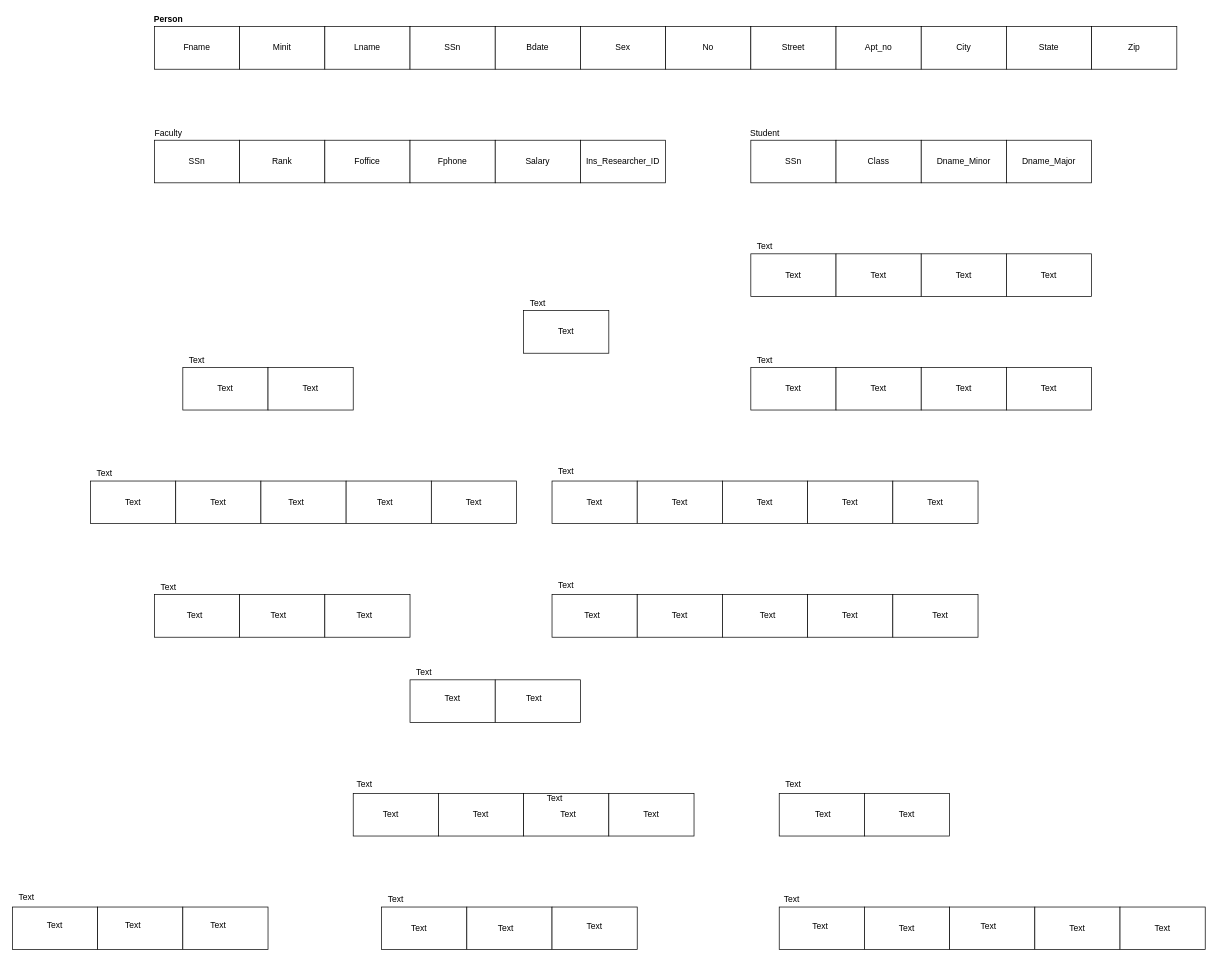
Above: Lab 3 University Database RS Part 2.drawio in MuhammadIrfan92/Database-Engineering-Semester-7 (draw.io), before the change. Source tidied: cells renumbered, new cells numbered last; positions are measured from the earlier drawing's top-left corner, leaving out a move shared by most shapes. Both pictures are drawn from the tidied source at 71%, with x=0, y=0 at pixel (12, 12).
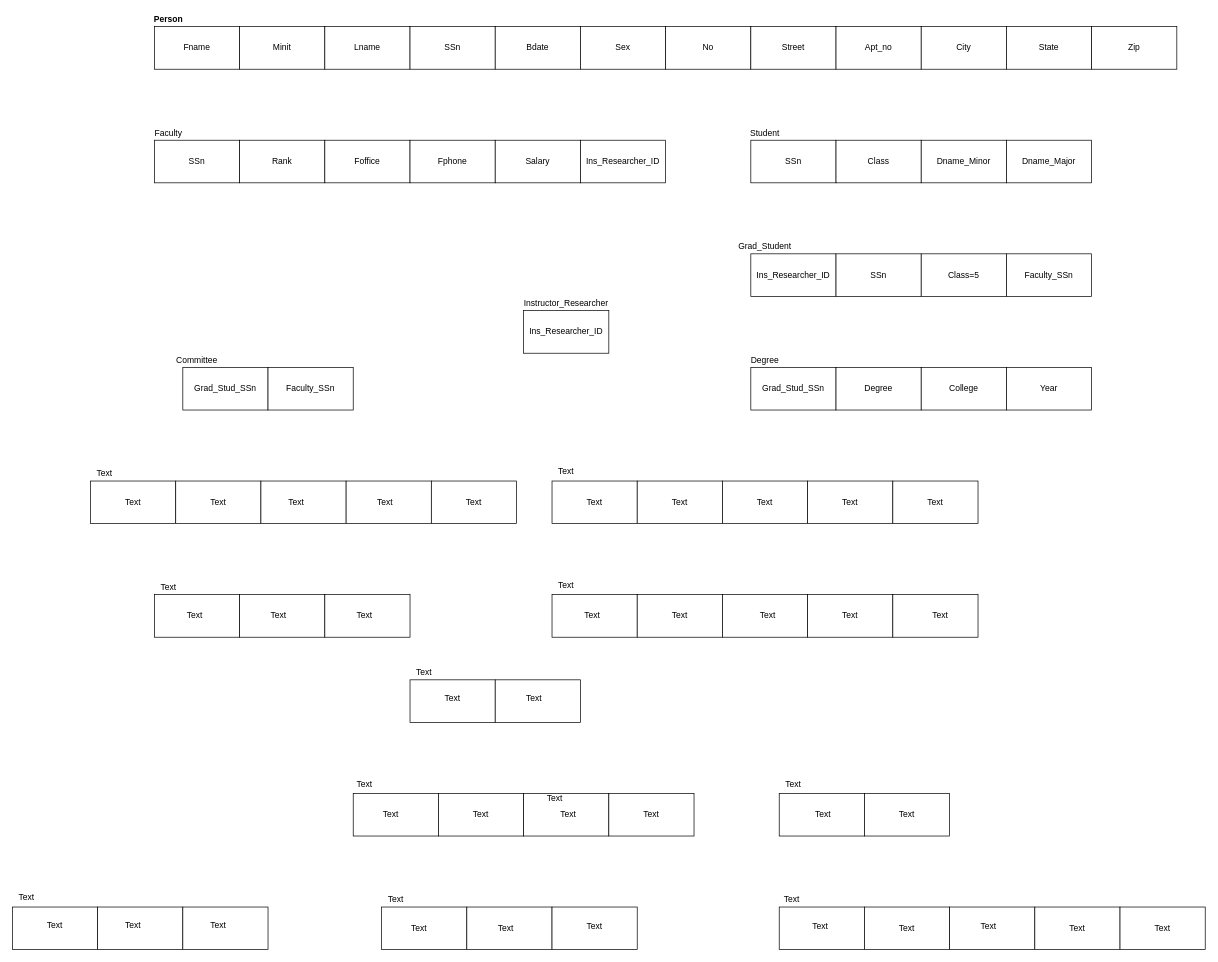
Above is the later version.

Change to the diagram source:
```diff
@@
-    <mxCell id="24" style="rounded=0;whiteSpace=wrap;html=1;" parent="1" vertex="1">
+    <mxCell id="24" value="&lt;span&gt;Ins_Researcher_ID&lt;/span&gt;" style="rounded=0;whiteSpace=wrap;html=1;" parent="1" vertex="1">
       <mxGeometry x="1040" y="340" width="120" height="60" as="geometry" />
     </mxCell>
@@
-    <mxCell id="97" value="Text" style="text;html=1;strokeColor=none;fillColor=none;align=center;verticalAlign=middle;whiteSpace=wrap;rounded=0;" parent="1" vertex="1">
+    <mxCell id="97" value="Degree" style="text;html=1;strokeColor=none;fillColor=none;align=center;verticalAlign=middle;whiteSpace=wrap;rounded=0;" parent="1" vertex="1">
       <mxGeometry x="1040" y="480" width="40" height="20" as="geometry" />
     </mxCell>
-    <mxCell id="98" value="Text" style="text;html=1;strokeColor=none;fillColor=none;align=center;verticalAlign=middle;whiteSpace=wrap;rounded=0;" parent="1" vertex="1">
+    <mxCell id="98" value="Year" style="text;html=1;strokeColor=none;fillColor=none;align=center;verticalAlign=middle;whiteSpace=wrap;rounded=0;" parent="1" vertex="1">
       <mxGeometry x="1440" y="520" width="40" height="20" as="geometry" />
     </mxCell>
-    <mxCell id="99" value="Text" style="text;html=1;strokeColor=none;fillColor=none;align=center;verticalAlign=middle;whiteSpace=wrap;rounded=0;" parent="1" vertex="1">
+    <mxCell id="99" value="College" style="text;html=1;strokeColor=none;fillColor=none;align=center;verticalAlign=middle;whiteSpace=wrap;rounded=0;" parent="1" vertex="1">
       <mxGeometry x="1320" y="520" width="40" height="20" as="geometry" />
     </mxCell>
-    <mxCell id="100" value="Text" style="text;html=1;strokeColor=none;fillColor=none;align=center;verticalAlign=middle;whiteSpace=wrap;rounded=0;" parent="1" vertex="1">
+    <mxCell id="100" value="Degree" style="text;html=1;strokeColor=none;fillColor=none;align=center;verticalAlign=middle;whiteSpace=wrap;rounded=0;" parent="1" vertex="1">
       <mxGeometry x="1200" y="520" width="40" height="20" as="geometry" />
     </mxCell>
-    <mxCell id="101" value="Text" style="text;html=1;strokeColor=none;fillColor=none;align=center;verticalAlign=middle;whiteSpace=wrap;rounded=0;" parent="1" vertex="1">
+    <mxCell id="101" value="Grad_Stud_SSn" style="text;html=1;strokeColor=none;fillColor=none;align=center;verticalAlign=middle;whiteSpace=wrap;rounded=0;" parent="1" vertex="1">
       <mxGeometry x="1080" y="520" width="40" height="20" as="geometry" />
     </mxCell>
-    <mxCell id="102" value="Text" style="text;html=1;strokeColor=none;fillColor=none;align=center;verticalAlign=middle;whiteSpace=wrap;rounded=0;" parent="1" vertex="1">
+    <mxCell id="102" value="Faculty_SSn" style="text;html=1;strokeColor=none;fillColor=none;align=center;verticalAlign=middle;whiteSpace=wrap;rounded=0;" parent="1" vertex="1">
       <mxGeometry x="1440" y="360" width="40" height="20" as="geometry" />
     </mxCell>
-    <mxCell id="103" value="Text" style="text;html=1;strokeColor=none;fillColor=none;align=center;verticalAlign=middle;whiteSpace=wrap;rounded=0;" parent="1" vertex="1">
+    <mxCell id="103" value="Class=5" style="text;html=1;strokeColor=none;fillColor=none;align=center;verticalAlign=middle;whiteSpace=wrap;rounded=0;" parent="1" vertex="1">
       <mxGeometry x="1320" y="360" width="40" height="20" as="geometry" />
     </mxCell>
-    <mxCell id="104" value="Text" style="text;html=1;strokeColor=none;fillColor=none;align=center;verticalAlign=middle;whiteSpace=wrap;rounded=0;" parent="1" vertex="1">
+    <mxCell id="104" value="Grad_Student" style="text;html=1;strokeColor=none;fillColor=none;align=center;verticalAlign=middle;whiteSpace=wrap;rounded=0;" parent="1" vertex="1">
       <mxGeometry x="1040" y="320" width="40" height="20" as="geometry" />
     </mxCell>
-    <mxCell id="105" value="Text" style="text;html=1;strokeColor=none;fillColor=none;align=center;verticalAlign=middle;whiteSpace=wrap;rounded=0;" parent="1" vertex="1">
+    <mxCell id="105" value="SSn" style="text;html=1;strokeColor=none;fillColor=none;align=center;verticalAlign=middle;whiteSpace=wrap;rounded=0;" parent="1" vertex="1">
       <mxGeometry x="1200" y="360" width="40" height="20" as="geometry" />
     </mxCell>
-    <mxCell id="106" value="Text" style="text;html=1;strokeColor=none;fillColor=none;align=center;verticalAlign=middle;whiteSpace=wrap;rounded=0;" parent="1" vertex="1">
-      <mxGeometry x="1080" y="360" width="40" height="20" as="geometry" />
-    </mxCell>
-    <mxCell id="107" value="Text" style="text;html=1;strokeColor=none;fillColor=none;align=center;verticalAlign=middle;whiteSpace=wrap;rounded=0;" parent="1" vertex="1">
+    <mxCell id="107" value="Ins_Researcher_ID" style="text;html=1;strokeColor=none;fillColor=none;align=center;verticalAlign=middle;whiteSpace=wrap;rounded=0;" parent="1" vertex="1">
       <mxGeometry x="760" y="440" width="40" height="20" as="geometry" />
     </mxCell>
-    <mxCell id="108" value="Text" style="text;html=1;strokeColor=none;fillColor=none;align=center;verticalAlign=middle;whiteSpace=wrap;rounded=0;" parent="1" vertex="1">
-      <mxGeometry x="720" y="400" width="40" height="20" as="geometry" />
+    <mxCell id="108" value="Instructor_Researcher" style="text;html=1;strokeColor=none;fillColor=none;align=center;verticalAlign=middle;whiteSpace=wrap;rounded=0;" parent="1" vertex="1">
+      <mxGeometry x="760" y="400" width="40" height="20" as="geometry" />
     </mxCell>
@@
-    <mxCell id="118" value="Text" style="text;html=1;strokeColor=none;fillColor=none;align=center;verticalAlign=middle;whiteSpace=wrap;rounded=0;" parent="1" vertex="1">
+    <mxCell id="118" value="Faculty_SSn" style="text;html=1;strokeColor=none;fillColor=none;align=center;verticalAlign=middle;whiteSpace=wrap;rounded=0;" parent="1" vertex="1">
       <mxGeometry x="400" y="520" width="40" height="20" as="geometry" />
     </mxCell>
-    <mxCell id="119" value="Text" style="text;html=1;strokeColor=none;fillColor=none;align=center;verticalAlign=middle;whiteSpace=wrap;rounded=0;" parent="1" vertex="1">
+    <mxCell id="119" value="Grad_Stud_SSn" style="text;html=1;strokeColor=none;fillColor=none;align=center;verticalAlign=middle;whiteSpace=wrap;rounded=0;" parent="1" vertex="1">
       <mxGeometry x="280" y="520" width="40" height="20" as="geometry" />
     </mxCell>
-    <mxCell id="120" value="Text" style="text;html=1;strokeColor=none;fillColor=none;align=center;verticalAlign=middle;whiteSpace=wrap;rounded=0;" parent="1" vertex="1">
+    <mxCell id="120" value="Committee" style="text;html=1;strokeColor=none;fillColor=none;align=center;verticalAlign=middle;whiteSpace=wrap;rounded=0;" parent="1" vertex="1">
       <mxGeometry x="240" y="480" width="40" height="20" as="geometry" />
     </mxCell>
```
